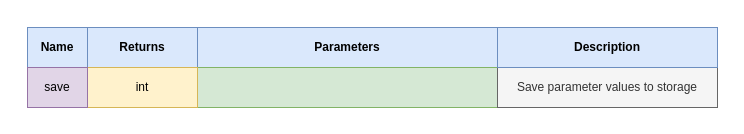
Above: doc/drawio/api/api_structure_set.drawio in LasseRosenow/riot-runtime-config (draw.io), before the change. Source tidied: cells renumbered, new cells numbered last; positions are measured from the earlier drawing's top-left corner, leaving out a move shared by most shapes. Both pictures are drawn from the tidied source at 100%, with x=0, y=0 at pixel (27, 27).
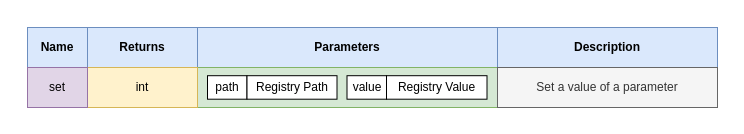
The same page after the edit.

Diff of the diagram source:
```diff
@@
 <mxGraphModel background="#ffffff">
   <root>
     <mxCell id="0" />
     <mxCell id="1" parent="0" />
+    <mxCell id="10" style="rounded=0;whiteSpace=wrap;html=1;strokeColor=none;" parent="1" vertex="1">
+      <mxGeometry x="-10" y="-10" width="710" height="100" as="geometry" />
+    </mxCell>
     <mxCell id="2" value="&lt;b&gt;Name&lt;/b&gt;" style="rounded=0;whiteSpace=wrap;html=1;align=center;fillColor=#dae8fc;strokeColor=#6c8ebf;" parent="1" vertex="1">
       <mxGeometry width="60" height="40" as="geometry" />
     </mxCell>
     <mxCell id="3" value="&lt;b&gt;Parameters&lt;/b&gt;" style="rounded=0;whiteSpace=wrap;html=1;align=center;fillColor=#dae8fc;strokeColor=#6c8ebf;" parent="1" vertex="1">
       <mxGeometry x="170" width="300" height="40" as="geometry" />
     </mxCell>
     <mxCell id="4" value="&lt;b&gt;Returns&lt;/b&gt;" style="rounded=0;whiteSpace=wrap;html=1;align=center;fillColor=#dae8fc;strokeColor=#6c8ebf;" parent="1" vertex="1">
       <mxGeometry x="60" width="110" height="40" as="geometry" />
     </mxCell>
+    <mxCell id="9" value="&lt;b&gt;Description&lt;/b&gt;" style="rounded=0;whiteSpace=wrap;html=1;align=center;fillColor=#dae8fc;strokeColor=#6c8ebf;" parent="1" vertex="1">
+      <mxGeometry x="470" width="220" height="40" as="geometry" />
+    </mxCell>
     <mxCell id="5" style="rounded=0;whiteSpace=wrap;html=1;fillColor=#d5e8d4;strokeColor=#82b366;" parent="1" vertex="1">
       <mxGeometry x="170" y="40" width="300" height="40" as="geometry" />
     </mxCell>
-    <mxCell id="6" value="Save parameter values to storage" style="rounded=0;whiteSpace=wrap;html=1;fillColor=#f5f5f5;strokeColor=#666666;fontColor=#333333;" parent="1" vertex="1">
-      <mxGeometry x="470" y="40" width="220" height="40" as="geometry" />
-    </mxCell>
     <mxCell id="7" value="int" style="rounded=0;whiteSpace=wrap;html=1;fillColor=#fff2cc;strokeColor=#d6b656;" parent="1" vertex="1">
       <mxGeometry x="60" y="40" width="110" height="40" as="geometry" />
     </mxCell>
-    <mxCell id="8" value="save" style="rounded=0;whiteSpace=wrap;html=1;fillColor=#e1d5e7;strokeColor=#9673a6;" parent="1" vertex="1">
-      <mxGeometry y="40" width="60" height="40" as="geometry" />
-    </mxCell>
-    <mxCell id="9" value="&lt;b&gt;Description&lt;/b&gt;" style="rounded=0;whiteSpace=wrap;html=1;align=center;fillColor=#dae8fc;strokeColor=#6c8ebf;" parent="1" vertex="1">
-      <mxGeometry x="470" width="220" height="40" as="geometry" />
-    </mxCell>
+    <mxCell id="11" value="set" style="rounded=0;whiteSpace=wrap;html=1;fillColor=#e1d5e7;strokeColor=#9673a6;" parent="1" vertex="1">
+      <mxGeometry y="40" width="60" height="40" as="geometry" />
+    </mxCell>
+    <mxCell id="12" value="path" style="rounded=0;whiteSpace=wrap;html=1;" parent="1" vertex="1">
+      <mxGeometry x="180" y="48.2" width="39.5" height="23.5" as="geometry" />
+    </mxCell>
+    <mxCell id="13" value="Registry Path" style="rounded=0;whiteSpace=wrap;html=1;" parent="1" vertex="1">
+      <mxGeometry x="219.5" y="48.2" width="90" height="23.5" as="geometry" />
+    </mxCell>
+    <mxCell id="14" value="value" style="rounded=0;whiteSpace=wrap;html=1;" parent="1" vertex="1">
+      <mxGeometry x="319.5" y="48.2" width="39.5" height="23.5" as="geometry" />
+    </mxCell>
+    <mxCell id="15" value="Registry Value" style="rounded=0;whiteSpace=wrap;html=1;" parent="1" vertex="1">
+      <mxGeometry x="359" y="48.2" width="100.5" height="23.5" as="geometry" />
+    </mxCell>
+    <mxCell id="16" value="Set a value of a parameter" style="rounded=0;whiteSpace=wrap;html=1;fillColor=#f5f5f5;strokeColor=#666666;fontColor=#333333;" parent="1" vertex="1">
+      <mxGeometry x="470" y="40" width="220" height="40" as="geometry" />
+    </mxCell>
   </root>
 </mxGraphModel>
```
